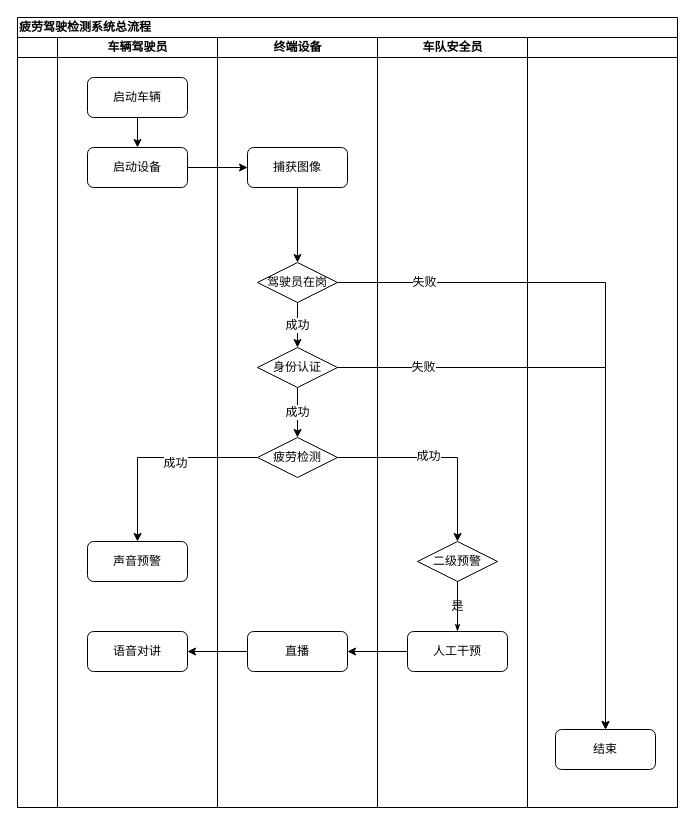
The draw.io diagram page "Page-1" (1 of 2) of 疲劳驾驶检测系统总流程.drawio in Flhawker/Flow, before the edit. Source tidied: cells renumbered, new cells numbered last; positions are measured from the earlier drawing's top-left corner, leaving out a move shared by most shapes. Both pictures are drawn from the tidied source at 100%, with x=0, y=0 at pixel (17, 17).
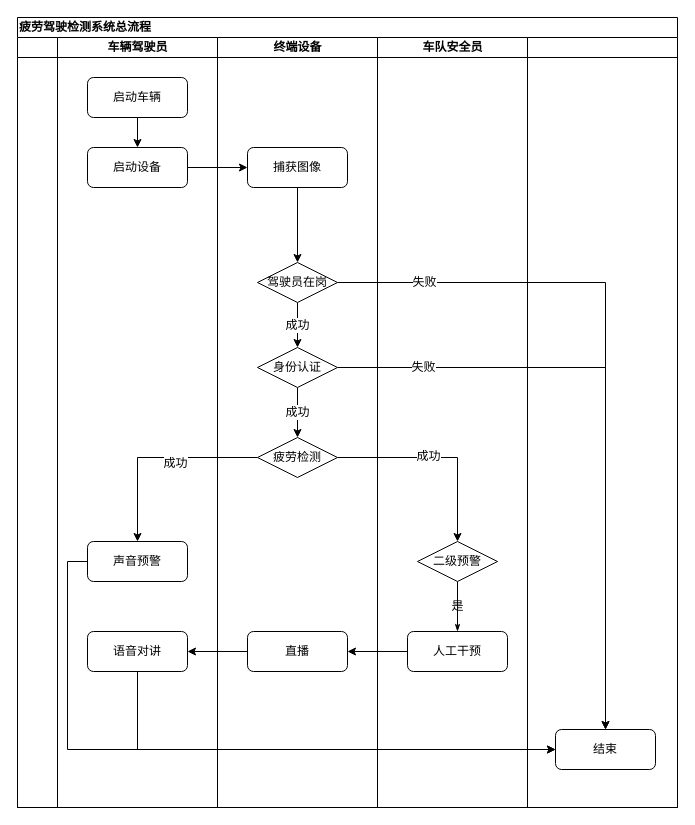
Above is the later version.

Unchanged cells that the change refers to:
```xml
<mxCell id="2" value="疲劳驾驶检测系统总流程" style="swimlane;html=1;startSize=20;rounded=0;shadow=0;labelBackgroundColor=none;strokeWidth=1;fontFamily=Verdana;fontSize=12;align=left;" parent="1" vertex="1">
  <mxGeometry width="660" height="790" as="geometry" />
</mxCell>
<mxCell id="8" value="声音预警" style="rounded=1;whiteSpace=wrap;html=1;shadow=0;labelBackgroundColor=none;strokeWidth=1;fontFamily=Verdana;fontSize=12;align=center;imageHeight=24;" parent="4" vertex="1">
  <mxGeometry x="30" y="504" width="100" height="40" as="geometry" />
</mxCell>
<mxCell id="9" value="语音对讲" style="rounded=1;whiteSpace=wrap;html=1;shadow=0;labelBackgroundColor=none;strokeWidth=1;fontFamily=Verdana;fontSize=12;align=center;imageHeight=24;" parent="4" vertex="1">
  <mxGeometry x="30" y="594" width="100" height="40" as="geometry" />
</mxCell>
<mxCell id="31" value="结束" style="rounded=1;whiteSpace=wrap;html=1;shadow=0;labelBackgroundColor=none;strokeWidth=1;fontFamily=Verdana;fontSize=12;align=center;imageHeight=24;" parent="30" vertex="1">
  <mxGeometry x="28" y="692" width="100" height="40" as="geometry" />
</mxCell>
```

What changed in the source:
```diff
@@
+    <mxCell id="36" style="edgeStyle=orthogonalEdgeStyle;rounded=0;jettySize=auto;html=1;exitX=0;exitY=0.5;exitDx=0;exitDy=0;entryX=0;entryY=0.5;entryDx=0;entryDy=0;" parent="2" edge="1" source="8" target="31">
+      <mxGeometry relative="1" as="geometry" />
+    </mxCell>
+    <mxCell id="37" style="edgeStyle=orthogonalEdgeStyle;rounded=0;jettySize=auto;html=1;exitX=0.5;exitY=1;exitDx=0;exitDy=0;entryX=0;entryY=0.5;entryDx=0;entryDy=0;" parent="2" edge="1" source="9" target="31">
+      <mxGeometry relative="1" as="geometry" />
+    </mxCell>
```
